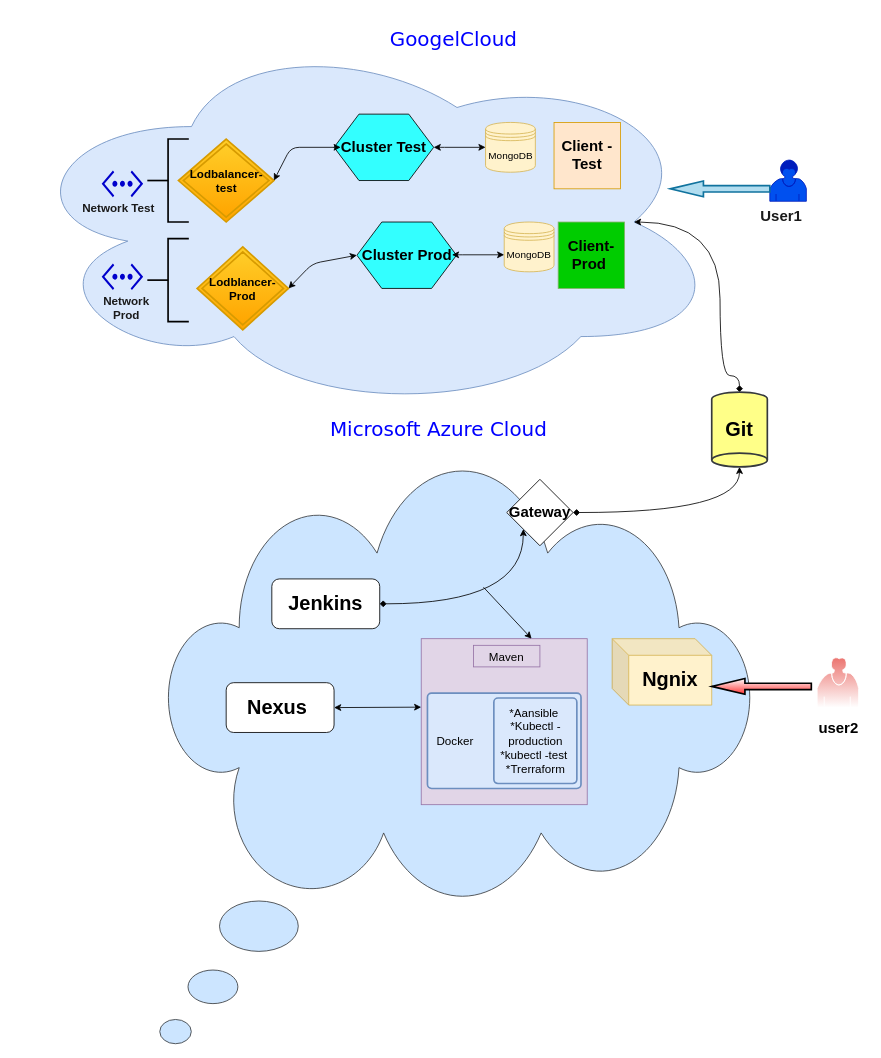
Before: page "Page-1" (1 of 2) of Untitled Diagram.drawio in kraiem12/Projet-infra-aszure, a draw.io diagram. Source tidied: cells renumbered, new cells numbered last; positions are measured from the earlier drawing's top-left corner, leaving out a move shared by most shapes. Both pictures are drawn from the tidied source at 83%, with x=0, y=0 at pixel (14, 31).
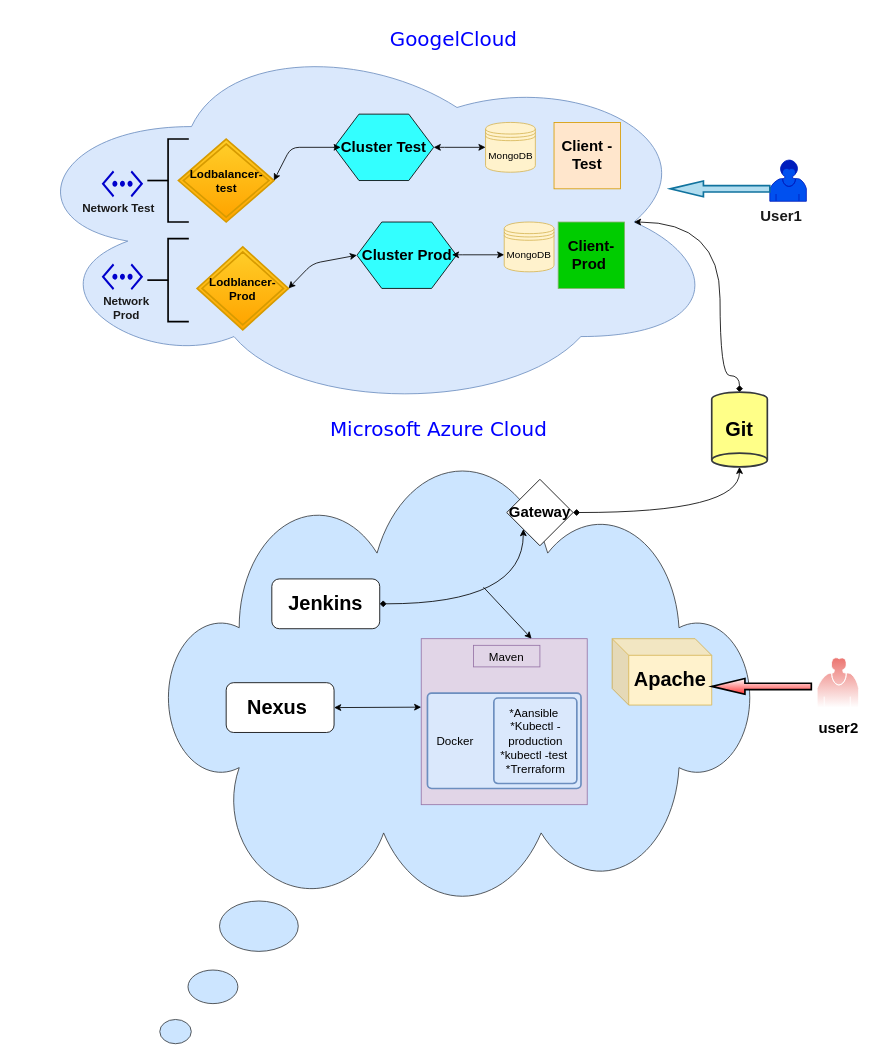
The same diagram, later.

Diff of the diagram source:
```diff
@@
-    <mxCell id="10" value="&lt;h1&gt;&lt;b&gt;Ngnix&lt;/b&gt;&lt;/h1&gt;" style="shape=cube;whiteSpace=wrap;html=1;boundedLbl=1;backgroundOutline=1;darkOpacity=0.05;darkOpacity2=0.1;fillColor=#fff2cc;strokeColor=#d6b656;" parent="1" vertex="1">
+    <mxCell id="10" value="&lt;h1&gt;Apache&lt;/h1&gt;" style="shape=cube;whiteSpace=wrap;html=1;boundedLbl=1;backgroundOutline=1;darkOpacity=0.05;darkOpacity2=0.1;fillColor=#fff2cc;strokeColor=#d6b656;" parent="1" vertex="1">
       <mxGeometry x="720" y="732" width="120" height="80" as="geometry" />
     </mxCell>
```
